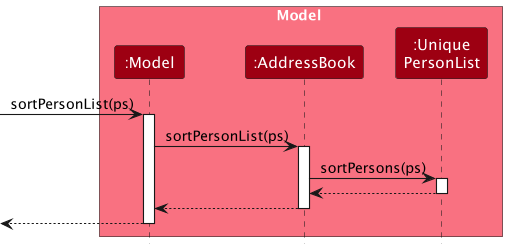
This is docs/images/SortSequenceDiagram2.png from tanteckfang/tp, a PlantUML export, as it was before one commit. The source it was exported from:
```plantuml
@startuml
!include style.puml
skinparam ArrowFontStyle plain
scale 250 width
scale 250 height

box Model MODEL_COLOR_T1
participant ":Model" as Model MODEL_COLOR
participant ":AddressBook" as AddressBook MODEL_COLOR
participant ":Unique\nPersonList" as UniquePersonList MODEL_COLOR
end box

[-> Model : sortPersonList(ps)
activate Model

Model -> AddressBook : sortPersonList(ps)
activate AddressBook

AddressBook -> UniquePersonList : sortPersons(ps)
activate UniquePersonList

UniquePersonList --> AddressBook
deactivate UniquePersonList

AddressBook --> Model
deactivate AddressBook

[<--Model
deactivate Model
@enduml
```
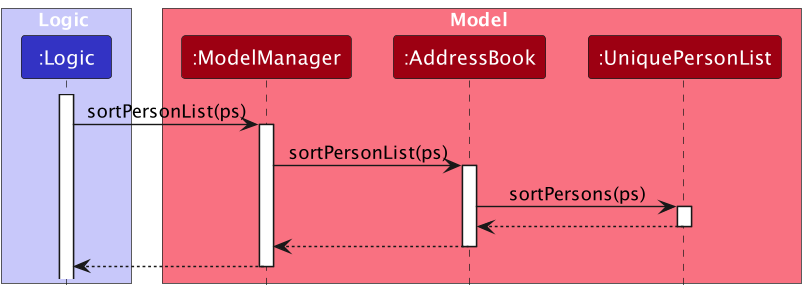
After the change.

Commit message:
Update DG Sort sequence diagram

Change to the diagram source:
```diff
@@ -1,19 +1,25 @@
 @startuml
 !include style.puml
 skinparam ArrowFontStyle plain
-scale 250 width
-scale 250 height
+scale 300 width
+scale 300 height
+
+box Logic LOGIC_COLOR_T1
+participant ":Logic" as Logic LOGIC_COLOR
+end box
 
 box Model MODEL_COLOR_T1
-participant ":Model" as Model MODEL_COLOR
+participant ":ModelManager" as ModelManager MODEL_COLOR
 participant ":AddressBook" as AddressBook MODEL_COLOR
-participant ":Unique\nPersonList" as UniquePersonList MODEL_COLOR
+participant ":UniquePersonList" as UniquePersonList MODEL_COLOR
 end box
 
-[-> Model : sortPersonList(ps)
-activate Model
+activate Logic
 
-Model -> AddressBook : sortPersonList(ps)
+Logic -> ModelManager : sortPersonList(ps)
+activate ModelManager
+
+ModelManager -> AddressBook : sortPersonList(ps)
 activate AddressBook
 
 AddressBook -> UniquePersonList : sortPersons(ps)
@@ -22,9 +28,9 @@
 UniquePersonList --> AddressBook
 deactivate UniquePersonList
 
-AddressBook --> Model
+AddressBook --> ModelManager
 deactivate AddressBook
 
-[<--Model
-deactivate Model
+Logic <--ModelManager
+deactivate ModelManager
 @enduml
```
